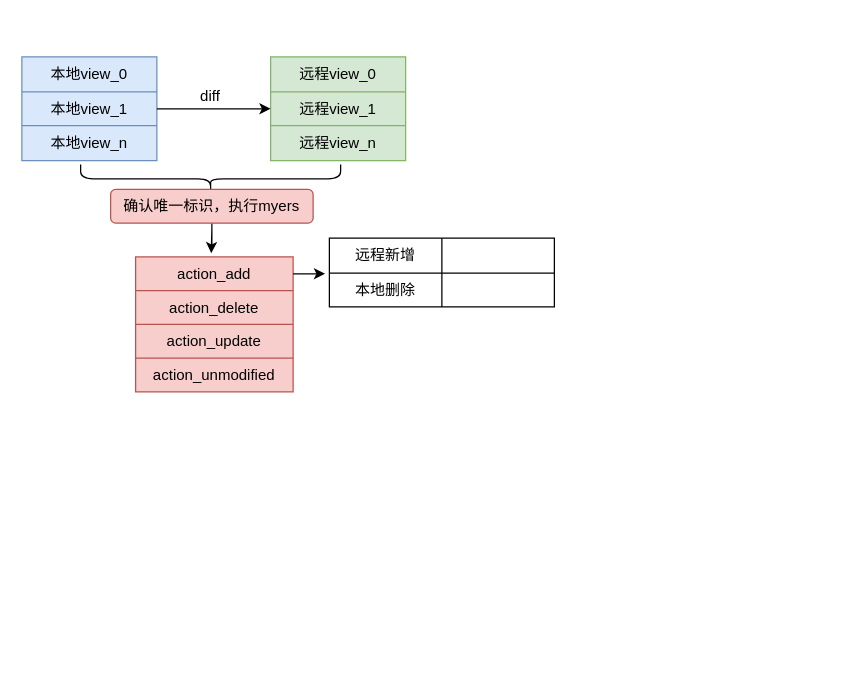
Above: 定制myers.drawio in TimerIzaya/TimerBlogPic (draw.io), before the change. Source tidied: cells renumbered, new cells numbered last; positions are measured from the earlier drawing's top-left corner, leaving out a move shared by most shapes. Both pictures are drawn from the tidied source at 125%, with x=0, y=0 at pixel (21, 56).
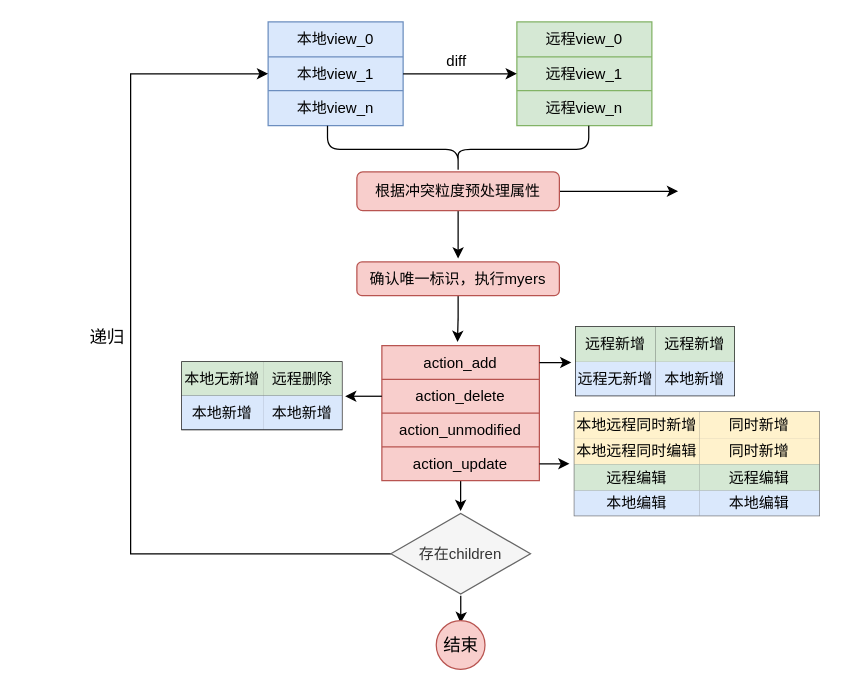
Above is the later version.

Unchanged cells that the change refers to:
```xml
<mxCell id="5" style="shape=tableRow;horizontal=0;startSize=0;swimlaneHead=0;swimlaneBody=0;top=0;left=0;bottom=0;right=0;fillColor=none;points=[[0,0.5],[1,0.5]];portConstraint=eastwest;" parent="2" vertex="1">
  <mxGeometry y="28" width="108" height="27" as="geometry" />
</mxCell>
<mxCell id="20" style="shape=tableRow;horizontal=0;startSize=0;swimlaneHead=0;swimlaneBody=0;top=0;left=0;bottom=0;right=0;fillColor=none;points=[[0,0.5],[1,0.5]];portConstraint=eastwest;" parent="19" vertex="1">
  <mxGeometry width="126" height="27" as="geometry" />
</mxCell>
<mxCell id="22" style="shape=tableRow;horizontal=0;startSize=0;swimlaneHead=0;swimlaneBody=0;top=0;left=0;bottom=0;right=0;fillColor=none;points=[[0,0.5],[1,0.5]];portConstraint=eastwest;" parent="19" vertex="1">
  <mxGeometry y="27" width="126" height="27" as="geometry" />
</mxCell>
<mxCell id="24" style="shape=tableRow;horizontal=0;startSize=0;swimlaneHead=0;swimlaneBody=0;top=0;left=0;bottom=0;right=0;fillColor=none;" parent="19" vertex="1">
  <mxGeometry y="54" width="126" height="27" as="geometry" />
</mxCell>
<mxCell id="26" style="shape=tableRow;horizontal=0;startSize=0;swimlaneHead=0;swimlaneBody=0;top=0;left=0;bottom=0;right=0;fillColor=none;points=[[0,0.5],[1,0.5]];portConstraint=eastwest;" parent="19" vertex="1">
  <mxGeometry y="81" width="126" height="27" as="geometry" />
</mxCell>
```

Diff of the diagram source:
```diff
@@
     <mxCell id="2" style="shape=table;html=1;whiteSpace=wrap;startSize=0;childLayout=tableLayout;fillColor=#dae8fc;strokeColor=#6c8ebf;" parent="1" vertex="1">
-      <mxGeometry width="108" height="83" as="geometry" />
+      <mxGeometry x="197" y="-28" width="108" height="83" as="geometry" />
     </mxCell>
@@
     <mxCell id="9" style="shape=table;html=1;whiteSpace=wrap;startSize=0;childLayout=tableLayout;fillColor=#d5e8d4;strokeColor=#82b366;" parent="1" vertex="1">
-      <mxGeometry x="199" width="108" height="83" as="geometry" />
+      <mxGeometry x="396" y="-28" width="108" height="83" as="geometry" />
     </mxCell>
@@
     <mxCell id="16" style="shape=curlyBracket;whiteSpace=wrap;html=1;rounded=1;direction=north;" parent="1" vertex="1">
-      <mxGeometry x="47" y="86" width="208" height="23" as="geometry" />
+      <mxGeometry x="244.5" y="55" width="209" height="38" as="geometry" />
     </mxCell>
     <mxCell id="17" style="edgeStyle=orthogonalEdgeStyle;rounded=0;jettySize=auto;html=1;" parent="1" edge="1" source="18">
       <mxGeometry relative="1" as="geometry">
-        <mxPoint x="151.5" y="157.1" as="targetPoint" />
+        <mxPoint x="348.5" y="228.1" as="targetPoint" />
       </mxGeometry>
     </mxCell>
     <mxCell id="18" value="确认唯一标识，执行myers" style="rounded=1;whiteSpace=wrap;html=1;fillColor=#f8cecc;strokeColor=#b85450;" parent="1" vertex="1">
-      <mxGeometry x="71" y="106" width="162" height="27" as="geometry" />
+      <mxGeometry x="268" y="164" width="162" height="27" as="geometry" />
     </mxCell>
+    <mxCell id="38" style="edgeStyle=orthogonalEdgeStyle;rounded=0;jettySize=auto;html=1;" parent="1" edge="1" source="19">
+      <mxGeometry relative="1" as="geometry">
+        <mxPoint x="351" y="363.3" as="targetPoint" />
+      </mxGeometry>
+    </mxCell>
     <mxCell id="19" style="shape=table;html=1;whiteSpace=wrap;startSize=0;childLayout=tableLayout;fillColor=#f8cecc;strokeColor=#b85450;" parent="1" vertex="1">
-      <mxGeometry x="91" y="160" width="126" height="108" as="geometry" />
+      <mxGeometry x="288" y="231" width="126" height="108" as="geometry" />
     </mxCell>
@@
-    <mxCell id="25" value="action_update" style="shape=partialRectangle;html=1;whiteSpace=wrap;fillColor=none;top=0;left=0;bottom=0;right=0;overflow=hidden;" parent="24" vertex="1">
+    <mxCell id="25" value="action_unmodified" style="shape=partialRectangle;html=1;whiteSpace=wrap;fillColor=none;top=0;left=0;bottom=0;right=0;overflow=hidden;" parent="24" vertex="1">
       <mxGeometry width="126" height="27" as="geometry" />
     </mxCell>
@@
-    <mxCell id="27" value="action_unmodified" style="shape=partialRectangle;html=1;whiteSpace=wrap;fillColor=none;top=0;left=0;bottom=0;right=0;overflow=hidden;" parent="26" vertex="1">
+    <mxCell id="27" value="action_update" style="shape=partialRectangle;html=1;whiteSpace=wrap;fillColor=none;top=0;left=0;bottom=0;right=0;overflow=hidden;" parent="26" vertex="1">
       <mxGeometry width="126" height="27" as="geometry" />
     </mxCell>
     <mxCell id="28" style="edgeStyle=orthogonalEdgeStyle;rounded=0;jettySize=auto;html=1;" parent="1" edge="1" source="20">
       <mxGeometry relative="1" as="geometry">
-        <mxPoint x="242.6" y="173.5" as="targetPoint" />
+        <mxPoint x="439.6" y="244.5" as="targetPoint" />
       </mxGeometry>
     </mxCell>
     <mxCell id="29" style="shape=table;html=1;whiteSpace=wrap;startSize=0;childLayout=tableLayout;" parent="1" vertex="1">
-      <mxGeometry x="246" y="145" width="180" height="55" as="geometry" />
+      <mxGeometry x="443" y="216" width="127" height="55" as="geometry" />
     </mxCell>
     <mxCell id="30" style="shape=tableRow;horizontal=0;startSize=0;swimlaneHead=0;swimlaneBody=0;top=0;left=0;bottom=0;right=0;fillColor=none;" parent="29" vertex="1">
-      <mxGeometry width="180" height="28" as="geometry" />
+      <mxGeometry width="127" height="28" as="geometry" />
     </mxCell>
-    <mxCell id="31" value="远程新增" style="shape=partialRectangle;html=1;whiteSpace=wrap;fillColor=none;top=0;left=0;bottom=0;right=0;overflow=hidden;" parent="30" vertex="1">
-      <mxGeometry width="90" height="28" as="geometry" />
+    <mxCell id="31" value="远程新增" style="shape=partialRectangle;html=1;whiteSpace=wrap;fillColor=#d5e8d4;top=0;left=0;bottom=0;right=0;overflow=hidden;strokeColor=#82b366;" parent="30" vertex="1">
+      <mxGeometry width="64" height="28" as="geometry" />
     </mxCell>
-    <mxCell id="32" style="shape=partialRectangle;html=1;whiteSpace=wrap;fillColor=none;top=0;left=0;bottom=0;right=0;overflow=hidden;" parent="30" vertex="1">
-      <mxGeometry x="90" width="90" height="28" as="geometry" />
+    <mxCell id="32" value="远程新增" style="shape=partialRectangle;html=1;whiteSpace=wrap;fillColor=#d5e8d4;top=0;left=0;bottom=0;right=0;overflow=hidden;strokeColor=#82b366;" parent="30" vertex="1">
+      <mxGeometry x="64" width="63" height="28" as="geometry" />
     </mxCell>
     <mxCell id="33" style="shape=tableRow;horizontal=0;startSize=0;swimlaneHead=0;swimlaneBody=0;top=0;left=0;bottom=0;right=0;fillColor=none;" parent="29" vertex="1">
-      <mxGeometry y="28" width="180" height="27" as="geometry" />
+      <mxGeometry y="28" width="127" height="27" as="geometry" />
     </mxCell>
-    <mxCell id="34" value="本地删除" style="shape=partialRectangle;html=1;whiteSpace=wrap;fillColor=none;top=0;left=0;bottom=0;right=0;overflow=hidden;" parent="33" vertex="1">
-      <mxGeometry width="90" height="27" as="geometry" />
+    <mxCell id="34" value="远程无新增" style="shape=partialRectangle;html=1;whiteSpace=wrap;fillColor=#dae8fc;top=0;left=0;bottom=0;right=0;overflow=hidden;strokeColor=#6c8ebf;" parent="33" vertex="1">
+      <mxGeometry width="64" height="27" as="geometry" />
     </mxCell>
-    <mxCell id="35" style="shape=partialRectangle;html=1;whiteSpace=wrap;fillColor=none;top=0;left=0;bottom=0;right=0;overflow=hidden;" parent="33" vertex="1">
-      <mxGeometry x="90" width="90" height="27" as="geometry" />
+    <mxCell id="35" value="本地新增" style="shape=partialRectangle;html=1;whiteSpace=wrap;fillColor=#dae8fc;top=0;left=0;bottom=0;right=0;overflow=hidden;strokeColor=#6c8ebf;" parent="33" vertex="1">
+      <mxGeometry x="64" width="63" height="27" as="geometry" />
     </mxCell>
@@
     <mxCell id="37" value="diff" style="text;html=1;strokeColor=none;fillColor=none;align=center;verticalAlign=middle;whiteSpace=wrap;rounded=0;" parent="1" vertex="1">
-      <mxGeometry x="121" y="17" width="60" height="30" as="geometry" />
+      <mxGeometry x="318" y="-11" width="60" height="30" as="geometry" />
     </mxCell>
+    <mxCell id="39" style="shape=table;html=1;whiteSpace=wrap;startSize=0;childLayout=tableLayout;" parent="1" vertex="1">
+      <mxGeometry x="128" y="244" width="128" height="54.2" as="geometry" />
+    </mxCell>
+    <mxCell id="40" style="shape=tableRow;horizontal=0;startSize=0;swimlaneHead=0;swimlaneBody=0;top=0;left=0;bottom=0;right=0;fillColor=none;" parent="39" vertex="1">
+      <mxGeometry width="128" height="27" as="geometry" />
+    </mxCell>
+    <mxCell id="41" value="本地无新增" style="shape=partialRectangle;html=1;whiteSpace=wrap;fillColor=#d5e8d4;top=0;left=0;bottom=0;right=0;overflow=hidden;strokeColor=#82b366;" parent="40" vertex="1">
+      <mxGeometry width="65" height="27" as="geometry" />
+    </mxCell>
+    <mxCell id="42" value="远程删除" style="shape=partialRectangle;html=1;whiteSpace=wrap;fillColor=#d5e8d4;top=0;left=0;bottom=0;right=0;overflow=hidden;strokeColor=#82b366;" parent="40" vertex="1">
+      <mxGeometry x="65" width="63" height="27" as="geometry" />
+    </mxCell>
+    <mxCell id="43" style="shape=tableRow;horizontal=0;startSize=0;swimlaneHead=0;swimlaneBody=0;top=0;left=0;bottom=0;right=0;fillColor=none;" parent="39" vertex="1">
+      <mxGeometry y="27" width="128" height="27" as="geometry" />
+    </mxCell>
+    <mxCell id="44" value="本地新增" style="shape=partialRectangle;html=1;whiteSpace=wrap;fillColor=#dae8fc;top=0;left=0;bottom=0;right=0;overflow=hidden;strokeColor=#6c8ebf;" parent="43" vertex="1">
+      <mxGeometry width="65" height="27" as="geometry" />
+    </mxCell>
+    <mxCell id="45" value="本地新增" style="shape=partialRectangle;html=1;whiteSpace=wrap;fillColor=#dae8fc;top=0;left=0;bottom=0;right=0;overflow=hidden;strokeColor=#6c8ebf;" parent="43" vertex="1">
+      <mxGeometry x="65" width="63" height="27" as="geometry" />
+    </mxCell>
+    <mxCell id="46" style="edgeStyle=orthogonalEdgeStyle;rounded=0;jettySize=auto;html=1;" parent="1" edge="1" source="22">
+      <mxGeometry relative="1" as="geometry">
+        <mxPoint x="258.6" y="271.5" as="targetPoint" />
+      </mxGeometry>
+    </mxCell>
+    <mxCell id="47" style="edgeStyle=orthogonalEdgeStyle;rounded=0;jettySize=auto;html=1;" parent="1" edge="1" source="26">
+      <mxGeometry relative="1" as="geometry">
+        <mxPoint x="438.1" y="325.5" as="targetPoint" />
+      </mxGeometry>
+    </mxCell>
+    <mxCell id="48" style="shape=table;html=1;whiteSpace=wrap;startSize=0;childLayout=tableLayout;fillColor=#f5f5f5;fontColor=#333333;strokeColor=#666666;" parent="1" vertex="1">
+      <mxGeometry x="442" y="284" width="196" height="83" as="geometry" />
+    </mxCell>
+    <mxCell id="49" style="shape=tableRow;horizontal=0;startSize=0;swimlaneHead=0;swimlaneBody=0;top=0;left=0;bottom=0;right=0;fillColor=none;" parent="48" vertex="1">
+      <mxGeometry width="196" height="21" as="geometry" />
+    </mxCell>
+    <mxCell id="50" value="本地远程同时新增" style="shape=partialRectangle;html=1;whiteSpace=wrap;fillColor=#fff2cc;top=0;left=0;bottom=0;right=0;overflow=hidden;strokeColor=#d6b656;" parent="49" vertex="1">
+      <mxGeometry width="100" height="21" as="geometry" />
+    </mxCell>
+    <mxCell id="51" value="同时新增" style="shape=partialRectangle;html=1;whiteSpace=wrap;fillColor=#fff2cc;top=0;left=0;bottom=0;right=0;overflow=hidden;strokeColor=#d6b656;" parent="49" vertex="1">
+      <mxGeometry x="100" width="96" height="21" as="geometry" />
+    </mxCell>
+    <mxCell id="52" style="shape=tableRow;horizontal=0;startSize=0;swimlaneHead=0;swimlaneBody=0;top=0;left=0;bottom=0;right=0;fillColor=none;" parent="48" vertex="1">
+      <mxGeometry y="21" width="196" height="21" as="geometry" />
+    </mxCell>
+    <mxCell id="53" value="本地远程同时编辑" style="shape=partialRectangle;html=1;whiteSpace=wrap;fillColor=#fff2cc;top=0;left=0;bottom=0;right=0;overflow=hidden;strokeColor=#d6b656;" parent="52" vertex="1">
+      <mxGeometry width="100" height="21" as="geometry" />
+    </mxCell>
+    <mxCell id="54" value="同时新增" style="shape=partialRectangle;html=1;whiteSpace=wrap;fillColor=#fff2cc;top=0;left=0;bottom=0;right=0;overflow=hidden;strokeColor=#d6b656;" parent="52" vertex="1">
+      <mxGeometry x="100" width="96" height="21" as="geometry" />
+    </mxCell>
+    <mxCell id="55" style="shape=tableRow;horizontal=0;startSize=0;swimlaneHead=0;swimlaneBody=0;top=0;left=0;bottom=0;right=0;fillColor=none;" parent="48" vertex="1">
+      <mxGeometry y="42" width="196" height="21" as="geometry" />
+    </mxCell>
+    <mxCell id="56" value="远程编辑" style="shape=partialRectangle;html=1;whiteSpace=wrap;fillColor=#d5e8d4;top=0;left=0;bottom=0;right=0;overflow=hidden;strokeColor=#82b366;" parent="55" vertex="1">
+      <mxGeometry width="100" height="21" as="geometry" />
+    </mxCell>
+    <mxCell id="57" value="远程编辑" style="shape=partialRectangle;html=1;whiteSpace=wrap;fillColor=#d5e8d4;top=0;left=0;bottom=0;right=0;overflow=hidden;strokeColor=#82b366;" parent="55" vertex="1">
+      <mxGeometry x="100" width="96" height="21" as="geometry" />
+    </mxCell>
+    <mxCell id="58" style="shape=tableRow;horizontal=0;startSize=0;swimlaneHead=0;swimlaneBody=0;top=0;left=0;bottom=0;right=0;fillColor=none;" parent="48" vertex="1">
+      <mxGeometry y="63" width="196" height="20" as="geometry" />
+    </mxCell>
+    <mxCell id="59" value="本地编辑" style="shape=partialRectangle;html=1;whiteSpace=wrap;fillColor=#dae8fc;top=0;left=0;bottom=0;right=0;overflow=hidden;strokeColor=#6c8ebf;" parent="58" vertex="1">
+      <mxGeometry width="100" height="20" as="geometry" />
+    </mxCell>
+    <mxCell id="60" value="本地编辑" style="shape=partialRectangle;html=1;whiteSpace=wrap;fillColor=#dae8fc;top=0;left=0;bottom=0;right=0;overflow=hidden;strokeColor=#6c8ebf;" parent="58" vertex="1">
+      <mxGeometry x="100" width="96" height="20" as="geometry" />
+    </mxCell>
+    <mxCell id="61" style="edgeStyle=orthogonalEdgeStyle;rounded=0;jettySize=auto;html=1;entryX=0;entryY=0.5;entryDx=0;entryDy=0;" parent="1" edge="1" source="63" target="5">
+      <mxGeometry relative="1" as="geometry">
+        <Array as="points">
+          <mxPoint x="87" y="398" />
+          <mxPoint x="87" y="14" />
+        </Array>
+      </mxGeometry>
+    </mxCell>
+    <mxCell id="62" style="edgeStyle=orthogonalEdgeStyle;rounded=0;jettySize=auto;html=1;fontSize=14;" parent="1" edge="1" source="63">
+      <mxGeometry relative="1" as="geometry">
+        <mxPoint x="351" y="453" as="targetPoint" />
+      </mxGeometry>
+    </mxCell>
+    <mxCell id="63" value="存在children" style="html=1;whiteSpace=wrap;shape=isoRectangle;fillColor=#f5f5f5;fontColor=#333333;strokeColor=#666666;" parent="1" vertex="1">
+      <mxGeometry x="295.2" y="364" width="111.7" height="67" as="geometry" />
+    </mxCell>
+    <mxCell id="64" value="&lt;span style=&quot;font-weight: normal;&quot;&gt;&lt;font style=&quot;font-size: 14px;&quot;&gt;递归&lt;/font&gt;&lt;/span&gt;" style="text;strokeColor=none;fillColor=none;html=1;fontSize=24;fontStyle=1;verticalAlign=middle;align=center;" parent="1" vertex="1">
+      <mxGeometry x="18" y="201" width="100" height="40" as="geometry" />
+    </mxCell>
+    <mxCell id="65" style="edgeStyle=orthogonalEdgeStyle;rounded=0;jettySize=auto;html=1;fontSize=14;" parent="1" edge="1" source="67">
+      <mxGeometry relative="1" as="geometry">
+        <mxPoint x="349" y="161.3" as="targetPoint" />
+      </mxGeometry>
+    </mxCell>
+    <mxCell id="66" style="edgeStyle=orthogonalEdgeStyle;rounded=0;jettySize=auto;html=1;fontSize=14;" parent="1" edge="1" source="67">
+      <mxGeometry relative="1" as="geometry">
+        <mxPoint x="525" y="107.5" as="targetPoint" />
+      </mxGeometry>
+    </mxCell>
+    <mxCell id="67" value="根据冲突粒度预处理属性" style="rounded=1;whiteSpace=wrap;html=1;fillColor=#f8cecc;strokeColor=#b85450;" parent="1" vertex="1">
+      <mxGeometry x="268" y="92" width="162" height="31" as="geometry" />
+    </mxCell>
+    <mxCell id="68" value="结束" style="ellipse;whiteSpace=wrap;html=1;fontSize=14;fillColor=#f8cecc;strokeColor=#b85450;" parent="1" vertex="1">
+      <mxGeometry x="331.5" y="451" width="39" height="39" as="geometry" />
+    </mxCell>
```
